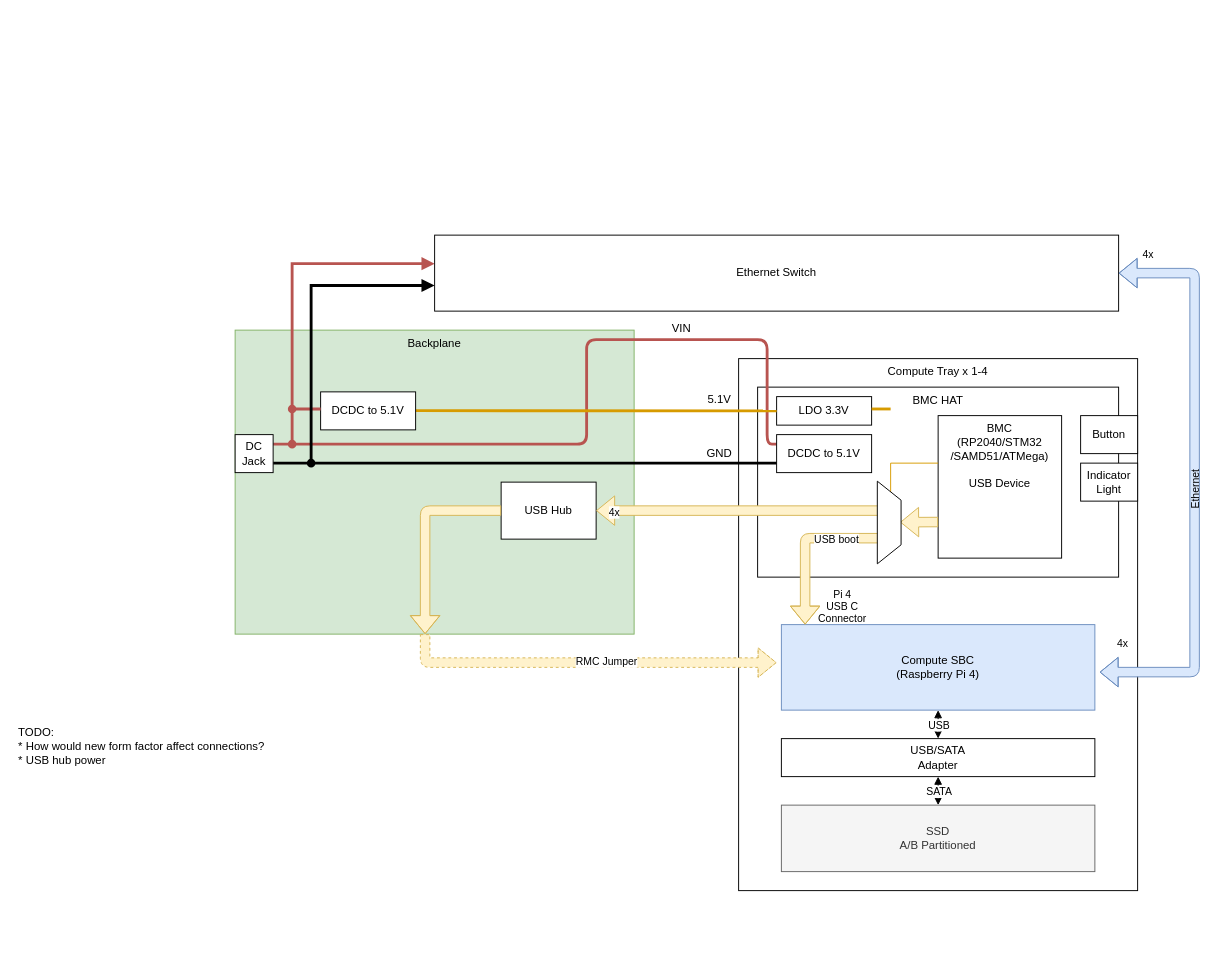
The draw.io diagram page "Page-1" (1 of 3) of docs/diagrams/Interface Diagram v0.2.2.drawio in racklet/racklet, before the edit. Source tidied: cells renumbered, new cells numbered last; positions are measured from the earlier drawing's top-left corner, leaving out a move shared by most shapes. Both pictures are drawn from the tidied source at 95%, with x=0, y=0 at pixel (16, 235).
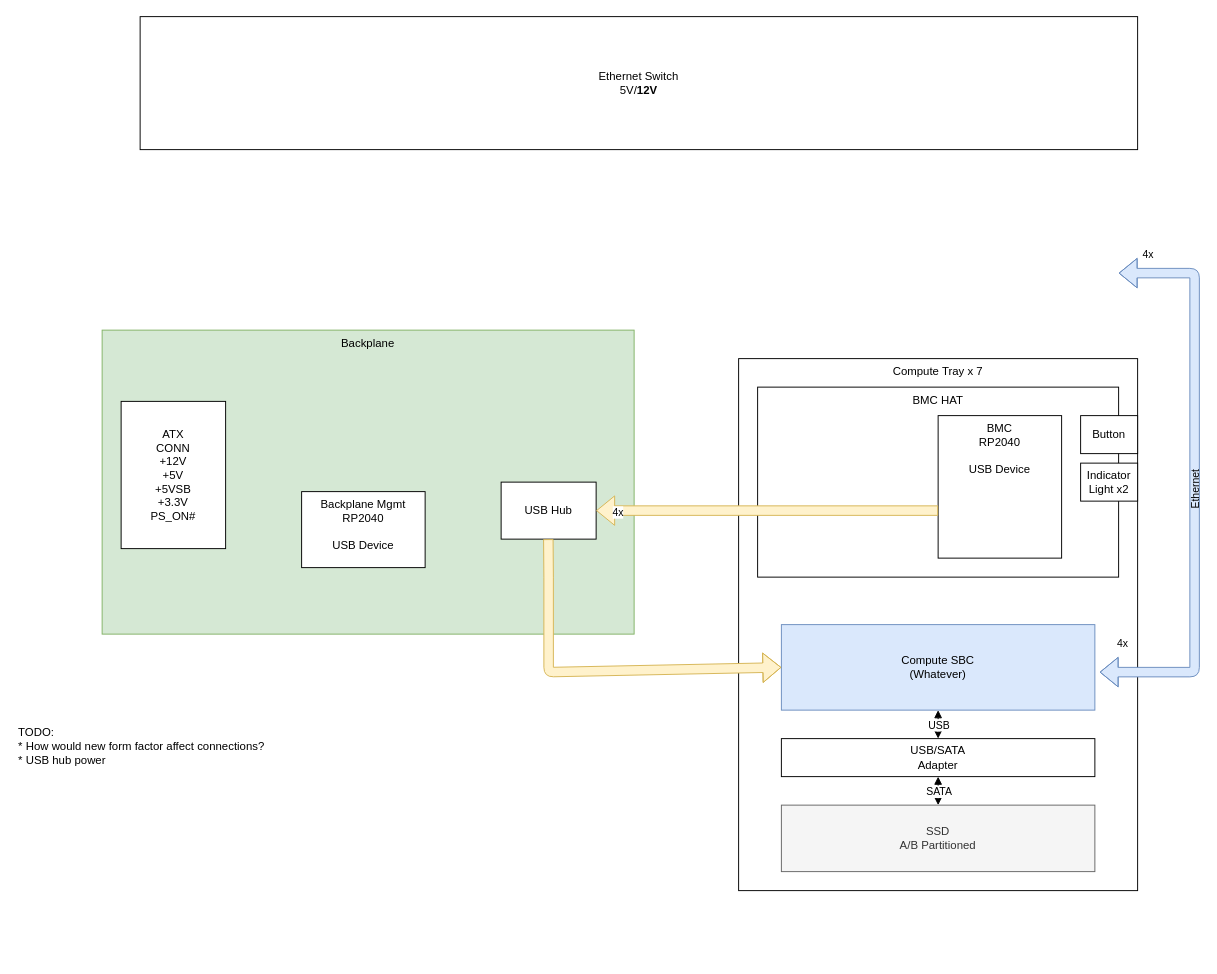
The same diagram, later.

Commit message:
wip: update system-level diagram

Unchanged cells that the change refers to:
```xml
<mxCell id="4" value="BMC HAT" style="rounded=0;whiteSpace=wrap;html=1;align=center;verticalAlign=top;fillColor=none;" parent="1" vertex="1">
  <mxGeometry x="780" y="160" width="380" height="200" as="geometry" />
</mxCell>
<mxCell id="14" value="USB Hub" style="rounded=0;whiteSpace=wrap;html=1;strokeColor=#000000;fillColor=#ffffff;align=center;verticalAlign=middle;" parent="1" vertex="1">
  <mxGeometry x="510" y="260" width="100" height="60" as="geometry" />
</mxCell>
```

What changed in the source:
```diff
@@
     <mxCell id="2" value="Backplane" style="rounded=0;whiteSpace=wrap;html=1;fillColor=#d5e8d4;align=center;verticalAlign=top;strokeColor=#82b366;" parent="1" vertex="1">
-      <mxGeometry x="230" y="100" width="420" height="320" as="geometry" />
+      <mxGeometry x="90" y="100" width="560" height="320" as="geometry" />
     </mxCell>
-    <mxCell id="3" value="Compute Tray x 1-4" style="rounded=0;whiteSpace=wrap;html=1;align=center;verticalAlign=top;" parent="1" vertex="1">
+    <mxCell id="3" value="Compute Tray x 7" style="rounded=0;whiteSpace=wrap;html=1;align=center;verticalAlign=top;" parent="1" vertex="1">
       <mxGeometry x="760" y="130" width="420" height="560" as="geometry" />
     </mxCell>
@@
-    <mxCell id="5" style="endArrow=none;html=1;fillColor=#f8cecc;strokeColor=#b85450;strokeWidth=3;startArrow=none;startFill=0;" parent="1" edge="1">
-      <mxGeometry relative="1" as="geometry">
-        <mxPoint x="270" y="220" as="sourcePoint" />
-        <mxPoint x="800" y="220" as="targetPoint" />
-        <Array as="points">
-          <mxPoint x="600" y="220" />
-          <mxPoint x="600" y="110" />
-          <mxPoint x="790" y="110" />
-          <mxPoint x="790" y="220" />
-        </Array>
-      </mxGeometry>
-    </mxCell>
-    <mxCell id="6" value="&lt;font style=&quot;font-size: 12px&quot;&gt;VIN&lt;/font&gt;" style="text;html=1;strokeColor=none;fillColor=none;align=center;verticalAlign=middle;whiteSpace=wrap;rounded=0;" parent="1" vertex="1">
-      <mxGeometry x="680" y="89" width="40" height="20" as="geometry" />
-    </mxCell>
-    <mxCell id="7" value="&lt;div&gt;BMC&lt;/div&gt;&lt;div&gt;(RP2040/STM32&lt;/div&gt;&lt;div&gt;/SAMD51/ATMega)&lt;/div&gt;&lt;div&gt;&lt;br&gt;&lt;/div&gt;&lt;div&gt;USB Device&lt;/div&gt;" style="rounded=0;whiteSpace=wrap;html=1;align=center;verticalAlign=top;" parent="1" vertex="1">
+    <mxCell id="7" value="&lt;div&gt;BMC&lt;/div&gt;&lt;div&gt;RP2040&lt;/div&gt;&lt;div&gt;&lt;br&gt;&lt;/div&gt;&lt;div&gt;USB Device&lt;/div&gt;" style="rounded=0;whiteSpace=wrap;html=1;align=center;verticalAlign=top;" parent="1" vertex="1">
       <mxGeometry x="970" y="190" width="130" height="150" as="geometry" />
     </mxCell>
-    <mxCell id="8" value="DCDC to 5.1V" style="rounded=0;whiteSpace=wrap;html=1;align=center;verticalAlign=middle;" parent="1" vertex="1">
-      <mxGeometry x="800" y="210" width="100" height="40" as="geometry" />
-    </mxCell>
-    <mxCell id="9" value="LDO 3.3V" style="rounded=0;whiteSpace=wrap;html=1;align=center;verticalAlign=middle;" parent="1" vertex="1">
-      <mxGeometry x="800" y="170" width="100" height="30" as="geometry" />
-    </mxCell>
-    <mxCell id="10" style="endArrow=none;html=1;fillColor=#f8cecc;strokeWidth=3;startArrow=none;startFill=0;" parent="1" edge="1">
-      <mxGeometry relative="1" as="geometry">
-        <mxPoint x="270" y="240" as="sourcePoint" />
-        <mxPoint x="800" y="240" as="targetPoint" />
-      </mxGeometry>
-    </mxCell>
-    <mxCell id="11" style="endArrow=none;html=1;strokeColor=#d79b00;strokeWidth=3;startArrow=none;startFill=0;fillColor=#ffe6cc;rounded=0;" parent="1" edge="1">
-      <mxGeometry relative="1" as="geometry">
-        <mxPoint x="420" y="184.8" as="sourcePoint" />
-        <mxPoint x="800" y="185" as="targetPoint" />
-      </mxGeometry>
-    </mxCell>
-    <mxCell id="12" value="&lt;font style=&quot;font-size: 12px&quot;&gt;GND&lt;/font&gt;" style="text;html=1;strokeColor=none;fillColor=none;align=center;verticalAlign=middle;whiteSpace=wrap;rounded=0;" parent="1" vertex="1">
-      <mxGeometry x="720" y="220" width="40" height="20" as="geometry" />
-    </mxCell>
-    <mxCell id="13" value="&lt;font style=&quot;font-size: 12px&quot;&gt;5.1V&lt;/font&gt;" style="text;html=1;strokeColor=none;fillColor=none;align=center;verticalAlign=middle;whiteSpace=wrap;rounded=0;" parent="1" vertex="1">
-      <mxGeometry x="720" y="163" width="40" height="20" as="geometry" />
-    </mxCell>
@@
-    <mxCell id="15" style="shape=flexArrow;endArrow=classic;html=1;strokeWidth=1;fillColor=#fff2cc;strokeColor=#d6b656;" parent="1" edge="1">
-      <mxGeometry relative="1" as="geometry">
-        <mxPoint x="510" y="290" as="sourcePoint" />
-        <mxPoint x="430" y="420" as="targetPoint" />
-        <Array as="points">
-          <mxPoint x="430" y="290" />
-        </Array>
-      </mxGeometry>
-    </mxCell>
-    <mxCell id="16" style="shape=flexArrow;endArrow=classic;html=1;strokeWidth=1;fillColor=#fff2cc;strokeColor=#d6b656;" parent="1" edge="1" target="14">
-      <mxGeometry relative="1" as="geometry">
-        <mxPoint x="910" y="290" as="sourcePoint" />
-      </mxGeometry>
+    <mxCell id="16" style="shape=flexArrow;endArrow=classic;html=1;strokeWidth=1;fillColor=#fff2cc;strokeColor=#d6b656;exitX=0.5;exitY=0.65;exitDx=0;exitDy=0;exitPerimeter=0;" parent="1" edge="1" source="4" target="14">
+      <mxGeometry relative="1" as="geometry" />
     </mxCell>
@@
-    <mxCell id="18" style="shape=flexArrow;endArrow=classic;html=1;strokeWidth=1;fillColor=#fff2cc;strokeColor=#d6b656;dashed=1;" parent="1" edge="1">
-      <mxGeometry relative="1" as="geometry">
-        <mxPoint x="430" y="420" as="sourcePoint" />
-        <mxPoint x="800" y="450" as="targetPoint" />
-        <Array as="points">
-          <mxPoint x="430" y="450" />
-        </Array>
-      </mxGeometry>
-    </mxCell>
-    <mxCell id="19" value="RMC Jumper" style="edgeLabel;html=1;align=center;verticalAlign=middle;" parent="18" vertex="1">
-      <mxGeometry x="0.1" y="2" relative="1" as="geometry" />
-    </mxCell>
-    <mxCell id="20" value="DCDC to 5.1V" style="rounded=0;whiteSpace=wrap;html=1;align=center;verticalAlign=middle;" parent="1" vertex="1">
-      <mxGeometry x="320" y="165" width="100" height="40" as="geometry" />
-    </mxCell>
@@
-    <mxCell id="22" value="Indicator Light" style="rounded=0;whiteSpace=wrap;html=1;strokeColor=#000000;fillColor=#ffffff;align=center;verticalAlign=middle;" parent="1" vertex="1">
+    <mxCell id="22" value="Indicator Light x2" style="rounded=0;whiteSpace=wrap;html=1;strokeColor=#000000;fillColor=#ffffff;align=center;verticalAlign=middle;" parent="1" vertex="1">
       <mxGeometry x="1120" y="240" width="60" height="40" as="geometry" />
     </mxCell>
@@
-    <mxCell id="25" value="Compute SBC&lt;br&gt;(Raspberry Pi 4)" style="rounded=0;whiteSpace=wrap;html=1;strokeColor=#6c8ebf;fillColor=#dae8fc;align=center;verticalAlign=middle;" parent="1" vertex="1">
+    <mxCell id="25" value="Compute SBC&lt;br&gt;(Whatever)" style="rounded=0;whiteSpace=wrap;html=1;strokeColor=#6c8ebf;fillColor=#dae8fc;align=center;verticalAlign=middle;" parent="1" vertex="1">
       <mxGeometry x="805" y="410" width="330" height="90" as="geometry" />
     </mxCell>
-    <mxCell id="26" value="DC&lt;br&gt;Jack" style="rounded=0;whiteSpace=wrap;html=1;strokeColor=#000000;fillColor=#ffffff;align=center;verticalAlign=middle;" parent="1" vertex="1">
-      <mxGeometry x="230" y="210" width="40" height="40" as="geometry" />
-    </mxCell>
-    <mxCell id="27" style="endArrow=none;html=1;fillColor=#f8cecc;strokeColor=#b85450;strokeWidth=3;startArrow=oval;startFill=1;rounded=0;" parent="1" edge="1">
-      <mxGeometry relative="1" as="geometry">
-        <mxPoint x="290" y="220" as="sourcePoint" />
-        <mxPoint x="320" y="183" as="targetPoint" />
-        <Array as="points">
-          <mxPoint x="290" y="183" />
-        </Array>
-      </mxGeometry>
-    </mxCell>
-    <mxCell id="28" style="endArrow=block;html=1;fillColor=#f8cecc;strokeColor=#b85450;strokeWidth=3;startArrow=oval;startFill=1;rounded=0;endFill=1;" parent="1" edge="1">
-      <mxGeometry relative="1" as="geometry">
-        <mxPoint x="290" y="183" as="sourcePoint" />
-        <mxPoint x="440" y="30" as="targetPoint" />
-        <Array as="points">
-          <mxPoint x="290" y="30" />
-        </Array>
-      </mxGeometry>
-    </mxCell>
-    <mxCell id="29" style="shape=flexArrow;endArrow=classic;html=1;strokeWidth=1;fillColor=#fff2cc;strokeColor=#d6b656;" parent="1" edge="1">
-      <mxGeometry relative="1" as="geometry">
-        <mxPoint x="910" y="319" as="sourcePoint" />
-        <mxPoint x="830" y="410" as="targetPoint" />
-        <Array as="points">
-          <mxPoint x="830" y="319" />
-        </Array>
-      </mxGeometry>
-    </mxCell>
-    <mxCell id="30" value="USB boot" style="edgeLabel;html=1;align=center;verticalAlign=middle;" parent="29" vertex="1">
-      <mxGeometry x="-0.82" relative="1" as="geometry">
-        <mxPoint x="-33" y="1" as="offset" />
-      </mxGeometry>
-    </mxCell>
-    <mxCell id="31" value="Pi 4 &lt;br&gt;USB C&lt;br&gt;Connector" style="edgeLabel;html=1;align=center;verticalAlign=middle;labelBorderColor=none;labelBackgroundColor=none;" parent="29" vertex="1">
-      <mxGeometry x="0.79" y="-4" relative="1" as="geometry">
-        <mxPoint x="42" y="-2" as="offset" />
-      </mxGeometry>
-    </mxCell>
-    <mxCell id="32" style="shape=flexArrow;endArrow=classic;html=1;strokeWidth=1;fillColor=#fff2cc;strokeColor=#d6b656;" parent="1" edge="1">
-      <mxGeometry relative="1" as="geometry">
-        <mxPoint x="970" y="302" as="sourcePoint" />
-        <mxPoint x="930" y="302.2" as="targetPoint" />
-      </mxGeometry>
-    </mxCell>
-    <mxCell id="33" style="endArrow=none;html=1;rounded=0;fillColor=#ffe6cc;strokeColor=#d79b00;" parent="1" edge="1">
-      <mxGeometry relative="1" as="geometry">
-        <mxPoint x="920" y="280" as="sourcePoint" />
-        <mxPoint x="970" y="240" as="targetPoint" />
-        <Array as="points">
-          <mxPoint x="920" y="240" />
-        </Array>
-      </mxGeometry>
-    </mxCell>
-    <mxCell id="34" style="shape=trapezoid;perimeter=trapezoidPerimeter;whiteSpace=wrap;html=1;fixedSize=1;rotation=90;" parent="1" vertex="1">
-      <mxGeometry x="875" y="290" width="87" height="25" as="geometry" />
-    </mxCell>
-    <mxCell id="35" value="Ethernet Switch" style="rounded=0;whiteSpace=wrap;html=1;verticalAlign=middle;" parent="1" vertex="1">
-      <mxGeometry x="440" width="720" height="80" as="geometry" />
+    <mxCell id="35" value="Ethernet Switch&lt;br&gt;5V/&lt;b&gt;12V&lt;/b&gt;" style="rounded=0;whiteSpace=wrap;html=1;verticalAlign=middle;" parent="1" vertex="1">
+      <mxGeometry x="130" y="-230" width="1050" height="140" as="geometry" />
     </mxCell>
@@
-    <mxCell id="40" style="endArrow=block;html=1;fillColor=#f8cecc;strokeWidth=3;startArrow=oval;startFill=1;rounded=0;endFill=1;" parent="1" edge="1">
-      <mxGeometry relative="1" as="geometry">
-        <mxPoint x="310" y="240" as="sourcePoint" />
-        <mxPoint x="440" y="53" as="targetPoint" />
-        <Array as="points">
-          <mxPoint x="310" y="53" />
-        </Array>
-      </mxGeometry>
-    </mxCell>
@@
-    <mxCell id="46" style="endArrow=none;html=1;strokeColor=#d79b00;strokeWidth=3;startArrow=none;startFill=0;fillColor=#ffe6cc;rounded=0;" parent="1" edge="1">
-      <mxGeometry relative="1" as="geometry">
-        <mxPoint x="900" y="183" as="sourcePoint" />
-        <mxPoint x="920" y="183" as="targetPoint" />
-      </mxGeometry>
-    </mxCell>
+    <mxCell id="47" value="ATX&lt;br&gt;CONN&lt;br&gt;+12V&lt;br&gt;+5V&lt;br&gt;+5VSB&lt;br&gt;+3.3V&lt;br&gt;PS_ON#" style="rounded=0;whiteSpace=wrap;html=1;" parent="1" vertex="1">
+      <mxGeometry x="110" y="175" width="110" height="155" as="geometry" />
+    </mxCell>
+    <mxCell id="48" style="shape=flexArrow;endArrow=classic;html=1;strokeWidth=1;fillColor=#fff2cc;strokeColor=#d6b656;entryX=0;entryY=0.5;entryDx=0;entryDy=0;" parent="1" edge="1" target="25">
+      <mxGeometry relative="1" as="geometry">
+        <mxPoint x="559.7" y="320" as="sourcePoint" />
+        <Array as="points">
+          <mxPoint x="560" y="360" />
+          <mxPoint x="560" y="460" />
+        </Array>
+      </mxGeometry>
+    </mxCell>
+    <mxCell id="49" value="&lt;div&gt;Backplane Mgmt&lt;/div&gt;&lt;div&gt;RP2040&lt;/div&gt;&lt;div&gt;&lt;br&gt;&lt;/div&gt;&lt;div&gt;USB Device&lt;/div&gt;" style="rounded=0;whiteSpace=wrap;html=1;align=center;verticalAlign=top;" parent="1" vertex="1">
+      <mxGeometry x="300" y="270" width="130" height="80" as="geometry" />
+    </mxCell>
```
